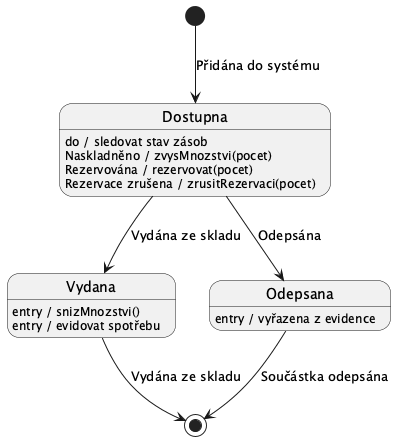
Above: docs/images/10_state_soucastka_projekt.png in lkvapil/wms-elektronicke-soucastky (PlantUML), before the change. The source it was exported from:
```plantuml
@startuml
top to bottom direction


[*] --> Dostupna : Přidána do systému

Dostupna : do / sledovat stav zásob
Dostupna : Naskladněno / zvysMnozstvi(pocet)
Dostupna : Rezervována / rezervovat(pocet)
Dostupna : Rezervace zrušena / zrusitRezervaci(pocet)
Dostupna --> Vydana : Vydána ze skladu
Dostupna --> Odepsana : Odepsána

Vydana : entry / snizMnozstvi()
Vydana : entry / evidovat spotřebu
Vydana --> [*] : Vydána ze skladu

Odepsana : entry / vyřazena z evidence
Odepsana --> [*] : Součástka odepsána

@enduml
```
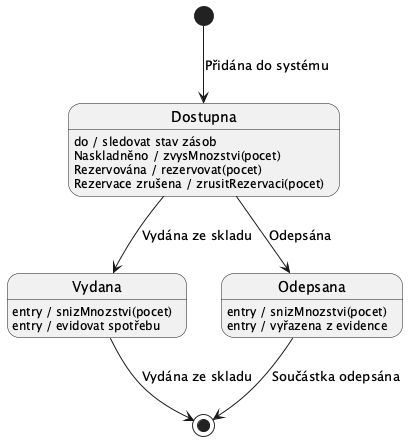
Above is the later version.

Commit message:
Soucastka – snizMnozstvi(pocet) opraven a přidán do Odepsana

Diff of the diagram source:
```diff
@@ -11,10 +11,11 @@
 Dostupna --> Vydana : Vydána ze skladu
 Dostupna --> Odepsana : Odepsána
 
-Vydana : entry / snizMnozstvi()
+Vydana : entry / snizMnozstvi(pocet)
 Vydana : entry / evidovat spotřebu
 Vydana --> [*] : Vydána ze skladu
 
+Odepsana : entry / snizMnozstvi(pocet)
 Odepsana : entry / vyřazena z evidence
 Odepsana --> [*] : Součástka odepsána
 
```
